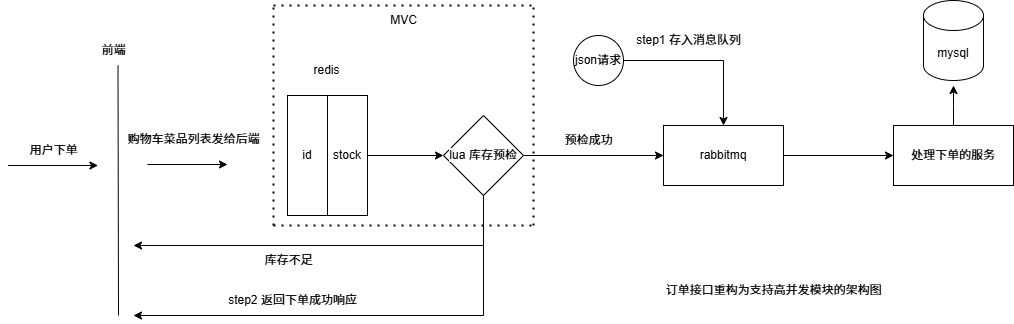
This is note/用户订单接口.png from Lzh-hub-theo/sky-take-out, a draw.io export, as it was before one commit. Source tidied: cells renumbered, new cells last; positions are measured from the earlier drawing's top-left corner, leaving out a move shared by most shapes.
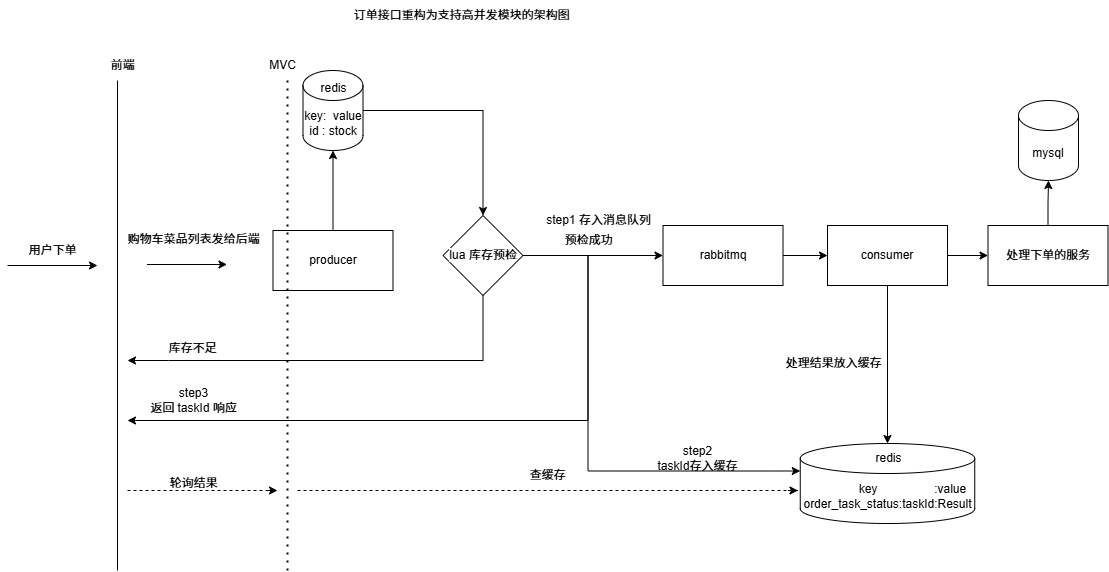
After the change.

Change to the diagram source:
```diff
@@ -2,132 +2,168 @@
   <root>
     <mxCell id="0" />
     <mxCell id="1" parent="0" />
-    <mxCell id="2" value="id" style="rounded=0;whiteSpace=wrap;html=1;" parent="1" vertex="1">
-      <mxGeometry x="280" y="95" width="40" height="120" as="geometry" />
-    </mxCell>
-    <mxCell id="3" style="edgeStyle=orthogonalEdgeStyle;rounded=0;jettySize=auto;html=1;exitX=1;exitY=0.5;exitDx=0;exitDy=0;entryX=0;entryY=0.5;entryDx=0;entryDy=0;" parent="1" edge="1" source="4" target="14">
-      <mxGeometry relative="1" as="geometry" />
-    </mxCell>
-    <mxCell id="4" value="stock" style="rounded=0;whiteSpace=wrap;html=1;" parent="1" vertex="1">
-      <mxGeometry x="320" y="95" width="40" height="120" as="geometry" />
-    </mxCell>
-    <mxCell id="5" value="redis" style="text;html=1;align=center;verticalAlign=middle;strokeColor=none;fillColor=none;" parent="1" vertex="1">
-      <mxGeometry x="294" y="55" width="50" height="30" as="geometry" />
-    </mxCell>
-    <mxCell id="6" style="endArrow=classic;html=1;rounded=0;" parent="1" edge="1">
-      <mxGeometry relative="1" as="geometry">
-        <mxPoint x="0.5" y="165" as="sourcePoint" />
-        <mxPoint x="90.5" y="165" as="targetPoint" />
-      </mxGeometry>
-    </mxCell>
+    <mxCell id="33" style="endArrow=classic;html=1;rounded=0;" parent="1" edge="1">
+      <mxGeometry relative="1" as="geometry">
+        <mxPoint x="6" y="1620" as="sourcePoint" />
+        <mxPoint x="96" y="1620" as="targetPoint" />
+      </mxGeometry>
+    </mxCell>
     <mxCell id="7" value="用户下单" style="text;html=1;align=center;verticalAlign=middle;strokeColor=none;fillColor=none;" parent="1" vertex="1">
-      <mxGeometry x="10.5" y="135" width="70" height="30" as="geometry" />
+      <mxGeometry x="16" y="1590" width="70" height="30" as="geometry" />
     </mxCell>
-    <mxCell id="8" style="endArrow=classic;html=1;rounded=0;" parent="1" edge="1">
-      <mxGeometry relative="1" as="geometry">
-        <mxPoint x="140" y="164" as="sourcePoint" />
-        <mxPoint x="220" y="164" as="targetPoint" />
-      </mxGeometry>
-    </mxCell>
+    <mxCell id="34" style="endArrow=classic;html=1;rounded=0;" parent="1" edge="1">
+      <mxGeometry relative="1" as="geometry">
+        <mxPoint x="145.5" y="1619" as="sourcePoint" />
+        <mxPoint x="225.5" y="1619" as="targetPoint" />
+      </mxGeometry>
+    </mxCell>
     <mxCell id="9" value="购物车菜品列表发给后端" style="text;html=1;align=center;verticalAlign=middle;strokeColor=none;fillColor=none;" parent="1" vertex="1">
-      <mxGeometry x="106" y="124" width="160" height="30" as="geometry" />
+      <mxGeometry x="111.5" y="1579" width="160" height="30" as="geometry" />
     </mxCell>
-    <mxCell id="10" style="endArrow=none;html=1;rounded=0;" parent="1" edge="1">
-      <mxGeometry relative="1" as="geometry">
-        <mxPoint x="111" y="315" as="sourcePoint" />
-        <mxPoint x="110.5" y="65" as="targetPoint" />
-      </mxGeometry>
-    </mxCell>
-    <mxCell id="11" style="edgeStyle=orthogonalEdgeStyle;rounded=0;jettySize=auto;html=1;exitX=0.5;exitY=1;exitDx=0;exitDy=0;" parent="1" edge="1" source="14">
-      <mxGeometry relative="1" as="geometry">
-        <mxPoint x="126" y="245" as="targetPoint" />
-        <Array as="points">
-          <mxPoint x="476" y="245" />
-        </Array>
-      </mxGeometry>
-    </mxCell>
+    <mxCell id="35" style="endArrow=none;html=1;rounded=0;" parent="1" edge="1">
+      <mxGeometry relative="1" as="geometry">
+        <mxPoint x="116" y="1925" as="sourcePoint" />
+        <mxPoint x="116" y="1435" as="targetPoint" />
+      </mxGeometry>
+    </mxCell>
-    <mxCell id="12" style="edgeStyle=orthogonalEdgeStyle;rounded=0;jettySize=auto;html=1;exitX=1;exitY=0.5;exitDx=0;exitDy=0;" parent="1" edge="1" source="14" target="18">
+    <mxCell id="12" style="edgeStyle=orthogonalEdgeStyle;rounded=0;jettySize=auto;html=1;entryX=0;entryY=0.5;entryDx=0;entryDy=0;" parent="1" edge="1" source="14" target="18">
       <mxGeometry relative="1" as="geometry" />
     </mxCell>
-    <mxCell id="13" style="edgeStyle=orthogonalEdgeStyle;rounded=0;jettySize=auto;html=1;" parent="1" edge="1" source="14">
-      <mxGeometry relative="1" as="geometry">
-        <mxPoint x="126" y="315" as="targetPoint" />
-        <Array as="points">
-          <mxPoint x="476" y="315" />
-          <mxPoint x="127" y="315" />
-        </Array>
-      </mxGeometry>
-    </mxCell>
+    <mxCell id="36" style="edgeStyle=orthogonalEdgeStyle;rounded=0;jettySize=auto;html=1;" parent="1" edge="1" source="14">
+      <mxGeometry relative="1" as="geometry">
+        <mxPoint x="126" y="1715" as="targetPoint" />
+        <Array as="points">
+          <mxPoint x="482" y="1715" />
+          <mxPoint x="167" y="1715" />
+        </Array>
+      </mxGeometry>
+    </mxCell>
     <mxCell id="14" value="&lt;span style=&quot;color: rgb(0, 0, 0); font-family: Helvetica; font-size: 12px; font-style: normal; font-variant-ligatures: normal; font-variant-caps: normal; font-weight: 400; letter-spacing: normal; orphans: 2; text-align: center; text-indent: 0px; text-transform: none; widows: 2; word-spacing: 0px; -webkit-text-stroke-width: 0px; white-space: nowrap; background-color: rgb(251, 251, 251); text-decoration-thickness: initial; text-decoration-style: initial; text-decoration-color: initial; display: inline !important; float: none;&quot;&gt;lua&amp;nbsp;&lt;/span&gt;&lt;span style=&quot;forced-color-adjust: none; color: rgb(0, 0, 0); font-family: Helvetica; font-size: 12px; font-style: normal; font-variant-ligatures: normal; font-variant-caps: normal; font-weight: 400; letter-spacing: normal; orphans: 2; text-align: center; text-indent: 0px; text-transform: none; widows: 2; word-spacing: 0px; -webkit-text-stroke-width: 0px; white-space: nowrap; background-color: initial; text-decoration-thickness: initial; text-decoration-style: initial; text-decoration-color: initial;&quot;&gt;库存预检&lt;/span&gt;" style="rhombus;whiteSpace=wrap;html=1;" parent="1" vertex="1">
-      <mxGeometry x="436" y="115" width="80" height="80" as="geometry" />
+      <mxGeometry x="441.5" y="1570" width="80" height="80" as="geometry" />
     </mxCell>
     <mxCell id="15" value="前端" style="text;html=1;align=center;verticalAlign=middle;strokeColor=none;fillColor=none;" parent="1" vertex="1">
-      <mxGeometry x="80.5" y="35" width="50" height="30" as="geometry" />
+      <mxGeometry x="96" y="1405" width="50" height="30" as="geometry" />
     </mxCell>
     <mxCell id="16" value="库存不足" style="text;html=1;align=center;verticalAlign=middle;strokeColor=none;fillColor=none;" parent="1" vertex="1">
-      <mxGeometry x="246" y="245" width="70" height="30" as="geometry" />
+      <mxGeometry x="156" y="1688" width="70" height="30" as="geometry" />
     </mxCell>
-    <mxCell id="17" style="edgeStyle=orthogonalEdgeStyle;rounded=0;jettySize=auto;html=1;exitX=1;exitY=0.5;exitDx=0;exitDy=0;entryX=0;entryY=0.5;entryDx=0;entryDy=0;" parent="1" edge="1" source="18" target="30">
-      <mxGeometry relative="1" as="geometry" />
-    </mxCell>
+    <mxCell id="37" style="edgeStyle=orthogonalEdgeStyle;rounded=0;jettySize=auto;html=1;entryX=0;entryY=0.5;entryDx=0;entryDy=0;" parent="1" edge="1" source="18" target="41">
+      <mxGeometry relative="1" as="geometry" />
+    </mxCell>
     <mxCell id="18" value="rabbitmq" style="rounded=0;whiteSpace=wrap;html=1;" parent="1" vertex="1">
-      <mxGeometry x="656" y="125" width="120" height="60" as="geometry" />
+      <mxGeometry x="661.5" y="1580" width="120" height="60" as="geometry" />
     </mxCell>
+    <mxCell id="38" style="edgeStyle=orthogonalEdgeStyle;rounded=0;jettySize=auto;html=1;" parent="1" edge="1" source="19">
+      <mxGeometry relative="1" as="geometry">
+        <mxPoint x="126" y="1775" as="targetPoint" />
+        <Array as="points">
+          <mxPoint x="587" y="1775" />
+          <mxPoint x="126" y="1775" />
+        </Array>
+      </mxGeometry>
+    </mxCell>
     <mxCell id="19" value="预检成功" style="text;html=1;align=center;verticalAlign=middle;points=[];strokeColor=none;fillColor=none;" parent="1" vertex="1">
-      <mxGeometry x="546" y="125" width="70" height="30" as="geometry" />
+      <mxGeometry x="551.5" y="1580" width="70" height="30" as="geometry" />
     </mxCell>
-    <mxCell id="20" style="edgeStyle=orthogonalEdgeStyle;rounded=0;jettySize=auto;html=1;exitX=1;exitY=0.5;exitDx=0;exitDy=0;entryX=0.5;entryY=0;entryDx=0;entryDy=0;" parent="1" edge="1" source="21" target="18">
-      <mxGeometry relative="1" as="geometry" />
-    </mxCell>
-    <mxCell id="21" value="json请求" style="ellipse;whiteSpace=wrap;html=1;" parent="1" vertex="1">
-      <mxGeometry x="566" y="35" width="50" height="50" as="geometry" />
-    </mxCell>
     <mxCell id="22" value="step1 存入消息队列" style="text;html=1;align=center;verticalAlign=middle;strokeColor=none;fillColor=none;" parent="1" vertex="1">
-      <mxGeometry x="616" y="25" width="130" height="30" as="geometry" />
+      <mxGeometry x="531.5" y="1560" width="130" height="30" as="geometry" />
     </mxCell>
-    <mxCell id="23" value="step2 返回下单成功响应" style="text;html=1;align=center;verticalAlign=middle;strokeColor=none;fillColor=none;" parent="1" vertex="1">
-      <mxGeometry x="210" y="285" width="150" height="30" as="geometry" />
-    </mxCell>
-    <mxCell id="24" style="endArrow=none;dashed=1;html=1;dashPattern=1 3;strokeWidth=2;rounded=0;" parent="1" edge="1">
-      <mxGeometry relative="1" as="geometry">
-        <mxPoint x="266" y="5" as="sourcePoint" />
-        <mxPoint x="526" y="5" as="targetPoint" />
-      </mxGeometry>
-    </mxCell>
-    <mxCell id="25" style="endArrow=none;dashed=1;html=1;dashPattern=1 3;strokeWidth=2;rounded=0;" parent="1" edge="1">
-      <mxGeometry relative="1" as="geometry">
-        <mxPoint x="266" y="225" as="sourcePoint" />
-        <mxPoint x="266" y="5" as="targetPoint" />
-      </mxGeometry>
-    </mxCell>
-    <mxCell id="26" style="endArrow=none;dashed=1;html=1;dashPattern=1 3;strokeWidth=2;rounded=0;" parent="1" edge="1">
-      <mxGeometry relative="1" as="geometry">
-        <mxPoint x="526" y="225" as="sourcePoint" />
-        <mxPoint x="526" y="5" as="targetPoint" />
-      </mxGeometry>
-    </mxCell>
-    <mxCell id="27" style="endArrow=none;dashed=1;html=1;dashPattern=1 3;strokeWidth=2;rounded=0;" parent="1" edge="1">
-      <mxGeometry relative="1" as="geometry">
-        <mxPoint x="266" y="225" as="sourcePoint" />
-        <mxPoint x="526" y="225" as="targetPoint" />
-      </mxGeometry>
-    </mxCell>
+    <mxCell id="39" value="step3&lt;div&gt;返回&amp;nbsp;&lt;span style=&quot;background-color: initial;&quot;&gt;taskId&amp;nbsp;&lt;/span&gt;&lt;span style=&quot;background-color: initial;&quot;&gt;响应&lt;/span&gt;&lt;/div&gt;" style="text;html=1;align=center;verticalAlign=middle;strokeColor=none;fillColor=none;" parent="1" vertex="1">
+      <mxGeometry x="136.5" y="1735" width="110" height="40" as="geometry" />
+    </mxCell>
     <mxCell id="28" value="MVC" style="text;html=1;align=center;verticalAlign=middle;strokeColor=none;fillColor=none;" parent="1" vertex="1">
-      <mxGeometry x="371" y="5" width="50" height="30" as="geometry" />
+      <mxGeometry x="255.5" y="1405" width="50" height="30" as="geometry" />
     </mxCell>
-    <mxCell id="29" style="edgeStyle=orthogonalEdgeStyle;rounded=0;jettySize=auto;html=1;exitX=0.5;exitY=0;exitDx=0;exitDy=0;" parent="1" edge="1" source="30">
-      <mxGeometry relative="1" as="geometry">
-        <mxPoint x="946" y="85" as="targetPoint" />
-      </mxGeometry>
-    </mxCell>
     <mxCell id="30" value="处理下单的服务" style="rounded=0;whiteSpace=wrap;html=1;" parent="1" vertex="1">
-      <mxGeometry x="886" y="125" width="120" height="60" as="geometry" />
+      <mxGeometry x="986.5" y="1580" width="120" height="60" as="geometry" />
     </mxCell>
     <mxCell id="31" value="mysql" style="shape=cylinder3;whiteSpace=wrap;html=1;boundedLbl=1;backgroundOutline=1;size=15;" parent="1" vertex="1">
-      <mxGeometry x="916" width="60" height="80" as="geometry" />
+      <mxGeometry x="1017" y="1455" width="60" height="80" as="geometry" />
     </mxCell>
     <mxCell id="32" value="订单接口重构为支持高并发模块的架构图" style="text;html=1;align=center;verticalAlign=middle;strokeColor=none;fillColor=none;" parent="1" vertex="1">
-      <mxGeometry x="646" y="275" width="240" height="30" as="geometry" />
+      <mxGeometry x="339.5" y="1355" width="240" height="30" as="geometry" />
     </mxCell>
+    <mxCell id="40" style="edgeStyle=orthogonalEdgeStyle;rounded=0;jettySize=auto;html=1;entryX=0;entryY=0.5;entryDx=0;entryDy=0;" parent="1" edge="1" source="41" target="30">
+      <mxGeometry relative="1" as="geometry" />
+    </mxCell>
+    <mxCell id="41" value="consumer" style="rounded=0;whiteSpace=wrap;html=1;" parent="1" vertex="1">
+      <mxGeometry x="826" y="1580" width="120" height="60" as="geometry" />
+    </mxCell>
+    <mxCell id="42" style="edgeStyle=orthogonalEdgeStyle;rounded=0;jettySize=auto;html=1;entryX=0.5;entryY=1;entryDx=0;entryDy=0;entryPerimeter=0;" parent="1" edge="1" source="43" target="45">
+      <mxGeometry relative="1" as="geometry" />
+    </mxCell>
+    <mxCell id="43" value="producer" style="rounded=0;whiteSpace=wrap;html=1;" parent="1" vertex="1">
+      <mxGeometry x="271.5" y="1585" width="120" height="60" as="geometry" />
+    </mxCell>
+    <mxCell id="44" style="edgeStyle=orthogonalEdgeStyle;rounded=0;jettySize=auto;html=1;entryX=0.5;entryY=0;entryDx=0;entryDy=0;" parent="1" edge="1" source="45" target="14">
+      <mxGeometry relative="1" as="geometry" />
+    </mxCell>
+    <mxCell id="45" value="&lt;div&gt;key:&amp;nbsp; value&lt;/div&gt;id : stock" style="shape=cylinder3;whiteSpace=wrap;html=1;boundedLbl=1;backgroundOutline=1;size=15;" parent="1" vertex="1">
+      <mxGeometry x="301.5" y="1425" width="60" height="80" as="geometry" />
+    </mxCell>
+    <mxCell id="46" style="edgeStyle=orthogonalEdgeStyle;rounded=0;jettySize=auto;html=1;entryX=0.5;entryY=1;entryDx=0;entryDy=0;entryPerimeter=0;" parent="1" edge="1" source="30" target="31">
+      <mxGeometry relative="1" as="geometry" />
+    </mxCell>
+    <mxCell id="47" style="endArrow=none;dashed=1;html=1;dashPattern=1 3;strokeWidth=2;rounded=0;" parent="1" edge="1">
+      <mxGeometry relative="1" as="geometry">
+        <mxPoint x="286" y="1925" as="sourcePoint" />
+        <mxPoint x="286" y="1435" as="targetPoint" />
+      </mxGeometry>
+    </mxCell>
+    <mxCell id="48" style="endArrow=none;dashed=1;html=1;rounded=0;" parent="1" edge="1">
+      <mxGeometry relative="1" as="geometry">
+        <mxPoint x="126" y="1845" as="sourcePoint" />
+        <mxPoint x="276" y="1845" as="targetPoint" />
+      </mxGeometry>
+    </mxCell>
+    <mxCell id="49" style="endArrow=classic;html=1;rounded=0;" parent="1" edge="1">
+      <mxGeometry relative="1" as="geometry">
+        <mxPoint x="266" y="1845" as="sourcePoint" />
+        <mxPoint x="276" y="1845" as="targetPoint" />
+      </mxGeometry>
+    </mxCell>
+    <mxCell id="50" value="轮询结果" style="text;html=1;align=center;verticalAlign=middle;strokeColor=none;fillColor=none;" parent="1" vertex="1">
+      <mxGeometry x="156.5" y="1823" width="70" height="30" as="geometry" />
+    </mxCell>
+    <mxCell id="51" value="&amp;nbsp; &amp;nbsp; &amp;nbsp; &amp;nbsp; &amp;nbsp; &amp;nbsp; &amp;nbsp; &amp;nbsp;key&amp;nbsp;&amp;nbsp; &amp;nbsp; &amp;nbsp; &amp;nbsp; &amp;nbsp; &amp;nbsp; &amp;nbsp; &amp;nbsp; :value&lt;br&gt;&lt;div&gt;&lt;span style=&quot;background-color: initial;&quot;&gt;order_task_status:taskId&lt;/span&gt;:Result&lt;/div&gt;" style="shape=cylinder3;whiteSpace=wrap;html=1;boundedLbl=1;backgroundOutline=1;size=15;" parent="1" vertex="1">
+      <mxGeometry x="798.8" y="1798" width="174.5" height="80" as="geometry" />
+    </mxCell>
+    <mxCell id="52" style="edgeStyle=orthogonalEdgeStyle;rounded=0;jettySize=auto;html=1;entryX=0.5;entryY=0;entryDx=0;entryDy=0;entryPerimeter=0;" parent="1" edge="1" source="41" target="51">
+      <mxGeometry relative="1" as="geometry" />
+    </mxCell>
+    <mxCell id="53" value="处理结果放入缓存" style="text;html=1;align=center;verticalAlign=middle;strokeColor=none;fillColor=none;" parent="1" vertex="1">
+      <mxGeometry x="771.5" y="1703" width="120" height="30" as="geometry" />
+    </mxCell>
+    <mxCell id="54" value="redis" style="text;html=1;align=center;verticalAlign=middle;strokeColor=none;fillColor=none;" parent="1" vertex="1">
+      <mxGeometry x="861.5" y="1798" width="50" height="30" as="geometry" />
+    </mxCell>
+    <mxCell id="55" value="redis" style="text;html=1;align=center;verticalAlign=middle;strokeColor=none;fillColor=none;" parent="1" vertex="1">
+      <mxGeometry x="306.5" y="1428" width="50" height="30" as="geometry" />
+    </mxCell>
+    <mxCell id="56" style="endArrow=none;dashed=1;html=1;rounded=0;" parent="1" edge="1">
+      <mxGeometry relative="1" as="geometry">
+        <mxPoint x="296" y="1845" as="sourcePoint" />
+        <mxPoint x="796.5" y="1845" as="targetPoint" />
+      </mxGeometry>
+    </mxCell>
+    <mxCell id="57" style="endArrow=classic;html=1;rounded=0;" parent="1" edge="1">
+      <mxGeometry relative="1" as="geometry">
+        <mxPoint x="786.5" y="1845" as="sourcePoint" />
+        <mxPoint x="796.5" y="1845" as="targetPoint" />
+      </mxGeometry>
+    </mxCell>
+    <mxCell id="58" value="查缓存" style="text;html=1;align=center;verticalAlign=middle;strokeColor=none;fillColor=none;" parent="1" vertex="1">
+      <mxGeometry x="516" y="1815" width="60" height="30" as="geometry" />
+    </mxCell>
+    <mxCell id="59" style="edgeStyle=orthogonalEdgeStyle;rounded=0;jettySize=auto;html=1;entryX=0;entryY=0;entryDx=0;entryDy=27.5;entryPerimeter=0;" parent="1" edge="1" source="19" target="51">
+      <mxGeometry relative="1" as="geometry">
+        <Array as="points">
+          <mxPoint x="587" y="1826" />
+        </Array>
+      </mxGeometry>
+    </mxCell>
+    <mxCell id="60" value="step2&lt;div&gt;taskId存入缓存&lt;/div&gt;" style="text;html=1;align=center;verticalAlign=middle;strokeColor=none;fillColor=none;" parent="1" vertex="1">
+      <mxGeometry x="646" y="1793" width="100" height="40" as="geometry" />
+    </mxCell>
   </root>
 </mxGraphModel>
```
